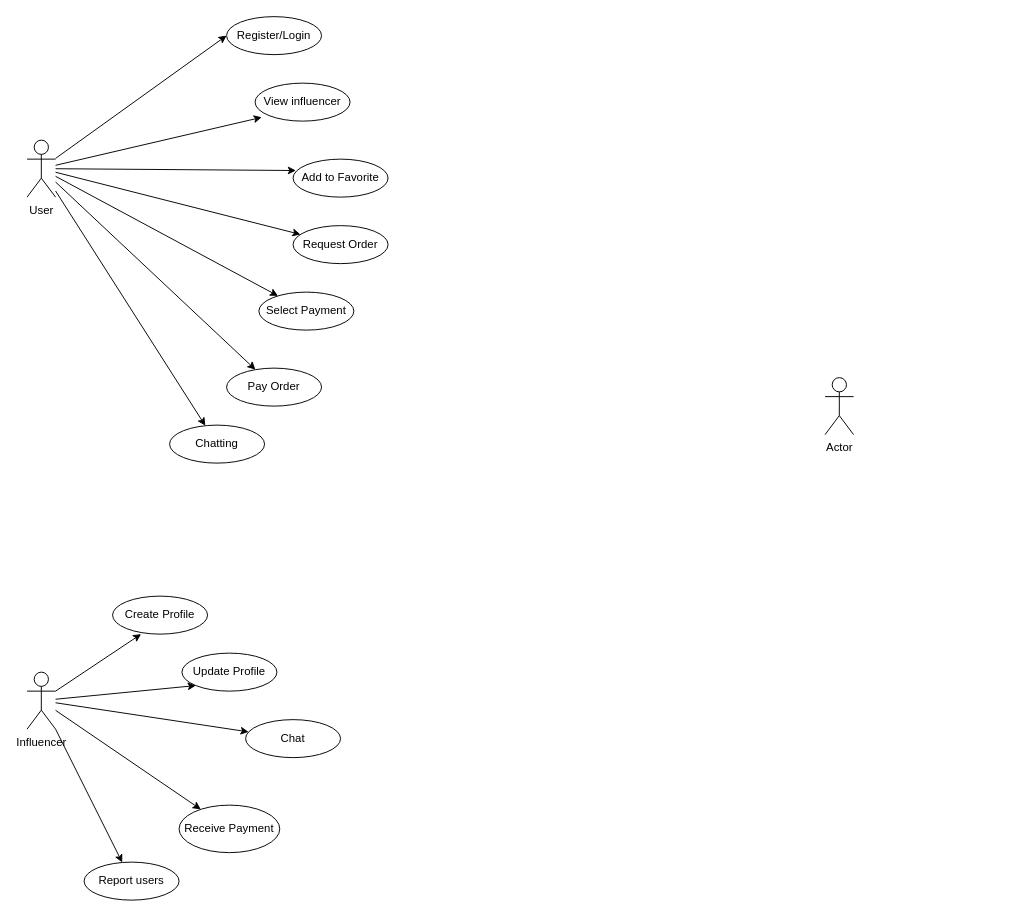
This is Untitled Diagram.drawio from MohamedAhmed122/20-Validation-form, a draw.io file, before an edit. Source tidied: cells renumbered, new cells numbered last; positions are measured from the earlier drawing's top-left corner, leaving out a move shared by most shapes. Both pictures are drawn from the tidied source at 95%, with x=0, y=0 at pixel (27, 16).
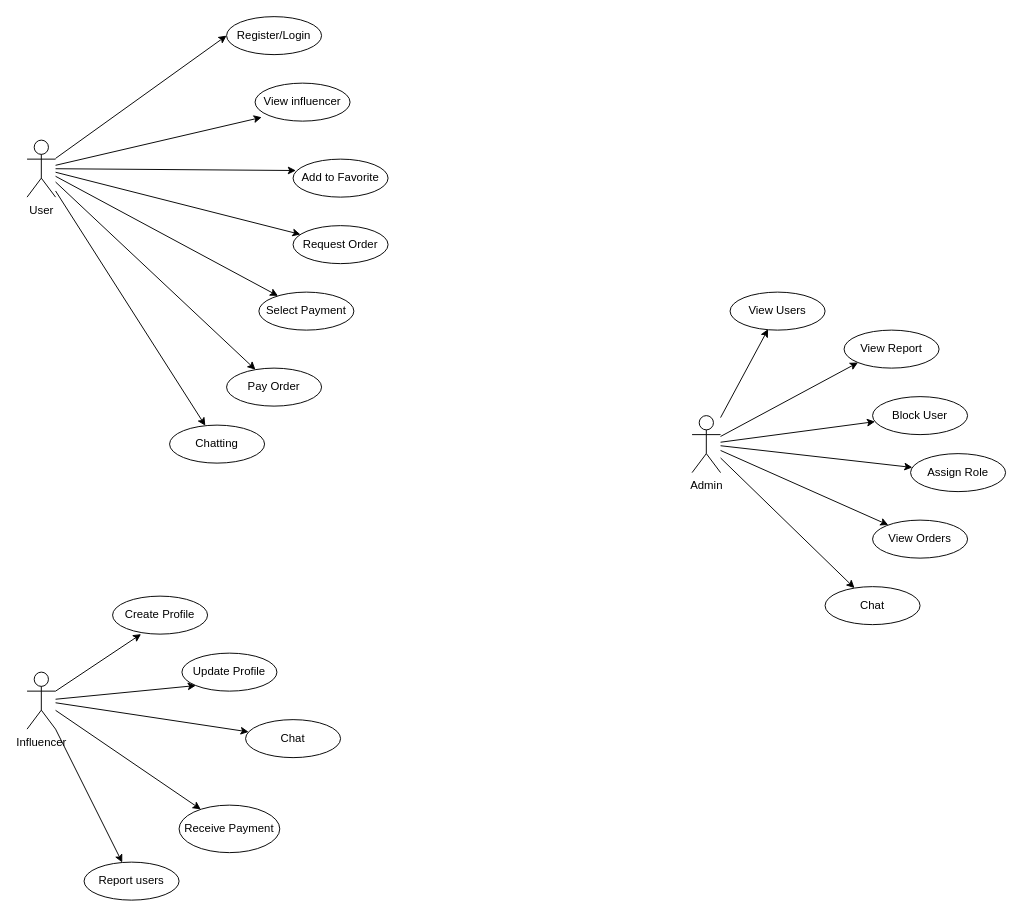
The same diagram, later.

Change to the diagram source:
```diff
@@
-    <mxCell id="28" value="Actor" style="shape=umlActor;verticalLabelPosition=bottom;verticalAlign=top;html=1;" parent="1" vertex="1">
-      <mxGeometry x="840" y="380" width="30" height="60" as="geometry" />
-    </mxCell>
+    <mxCell id="29" style="edgeStyle=none;rounded=0;jettySize=auto;html=1;entryX=0.4;entryY=0.975;entryDx=0;entryDy=0;entryPerimeter=0;" parent="1" edge="1" source="35" target="36">
+      <mxGeometry relative="1" as="geometry" />
+    </mxCell>
+    <mxCell id="30" style="edgeStyle=none;rounded=0;jettySize=auto;html=1;entryX=0;entryY=1;entryDx=0;entryDy=0;" parent="1" edge="1" source="35" target="37">
+      <mxGeometry relative="1" as="geometry" />
+    </mxCell>
+    <mxCell id="31" style="edgeStyle=none;rounded=0;jettySize=auto;html=1;" parent="1" edge="1" source="35" target="38">
+      <mxGeometry relative="1" as="geometry" />
+    </mxCell>
+    <mxCell id="32" style="edgeStyle=none;rounded=0;jettySize=auto;html=1;" parent="1" edge="1" source="35" target="39">
+      <mxGeometry relative="1" as="geometry" />
+    </mxCell>
+    <mxCell id="33" style="edgeStyle=none;rounded=0;jettySize=auto;html=1;" parent="1" edge="1" source="35" target="40">
+      <mxGeometry relative="1" as="geometry" />
+    </mxCell>
+    <mxCell id="34" style="edgeStyle=none;rounded=0;jettySize=auto;html=1;" parent="1" edge="1" source="35" target="41">
+      <mxGeometry relative="1" as="geometry" />
+    </mxCell>
+    <mxCell id="35" value="Admin" style="shape=umlActor;verticalLabelPosition=bottom;verticalAlign=top;html=1;outlineConnect=0;" parent="1" vertex="1">
+      <mxGeometry x="700" y="420" width="30" height="60" as="geometry" />
+    </mxCell>
+    <mxCell id="36" value="View Users" style="ellipse;whiteSpace=wrap;html=1;align=center;" parent="1" vertex="1">
+      <mxGeometry x="740" y="290" width="100" height="40" as="geometry" />
+    </mxCell>
+    <mxCell id="37" value="View Report" style="ellipse;whiteSpace=wrap;html=1;align=center;" parent="1" vertex="1">
+      <mxGeometry x="860" y="330" width="100" height="40" as="geometry" />
+    </mxCell>
+    <mxCell id="38" value="Block User" style="ellipse;whiteSpace=wrap;html=1;align=center;" parent="1" vertex="1">
+      <mxGeometry x="890" y="400" width="100" height="40" as="geometry" />
+    </mxCell>
+    <mxCell id="39" value="Assign Role" style="ellipse;whiteSpace=wrap;html=1;align=center;" parent="1" vertex="1">
+      <mxGeometry x="930" y="460" width="100" height="40" as="geometry" />
+    </mxCell>
+    <mxCell id="40" value="View Orders" style="ellipse;whiteSpace=wrap;html=1;align=center;" parent="1" vertex="1">
+      <mxGeometry x="890" y="530" width="100" height="40" as="geometry" />
+    </mxCell>
+    <mxCell id="41" value="Chat" style="ellipse;whiteSpace=wrap;html=1;align=center;" parent="1" vertex="1">
+      <mxGeometry x="840" y="600" width="100" height="40" as="geometry" />
+    </mxCell>
```
